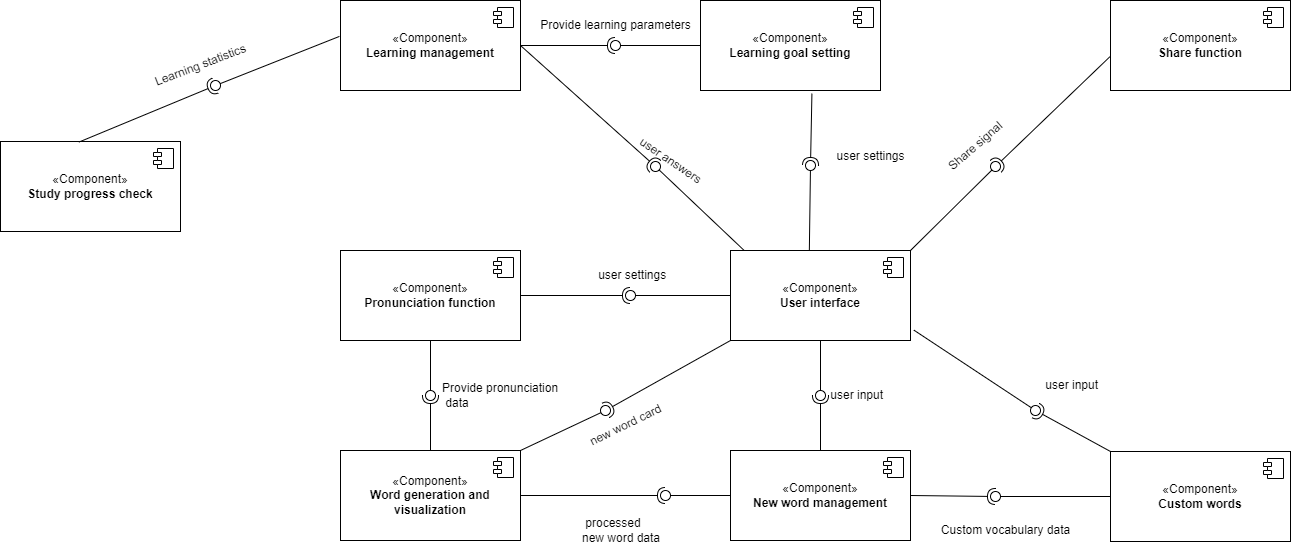
Above: component.drawio.png in xiangxiang3451/blog_pictures (draw.io), before the change. Source tidied: cells renumbered, new cells last; positions are measured from the earlier drawing's top-left corner, leaving out a move shared by most shapes.
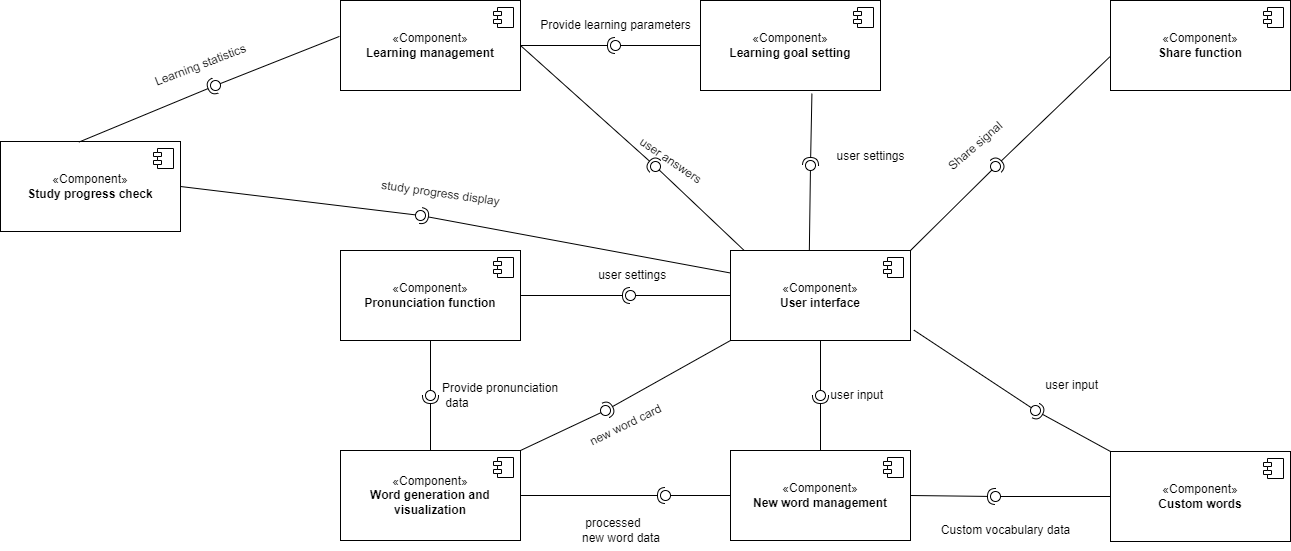
After the change.

The edit, as a diff of the source:
```diff
@@ -218,5 +218,17 @@
     <mxCell id="67" value="new word card" style="text;html=1;align=center;verticalAlign=middle;strokeColor=none;fillColor=none;rotation=334;" parent="1" vertex="1">
       <mxGeometry x="575" y="410" width="100" height="30" as="geometry" />
     </mxCell>
+    <mxCell id="68" style="rounded=0;jettySize=auto;html=1;endArrow=halfCircle;endFill=0;endSize=6;strokeWidth=1;sketch=0;exitX=0;exitY=0.25;exitDx=0;exitDy=0;" parent="1" edge="1" source="2" target="70">
+      <mxGeometry relative="1" as="geometry" />
+    </mxCell>
+    <mxCell id="69" style="rounded=0;jettySize=auto;html=1;endArrow=oval;endFill=0;sketch=0;sourcePerimeterSpacing=0;targetPerimeterSpacing=0;endSize=10;exitX=1;exitY=0.5;exitDx=0;exitDy=0;entryX=0.551;entryY=1.12;entryDx=0;entryDy=0;entryPerimeter=0;" parent="1" edge="1" source="52" target="70">
+      <mxGeometry relative="1" as="geometry" />
+    </mxCell>
+    <mxCell id="70" style="ellipse;whiteSpace=wrap;html=1;align=center;fillColor=none;strokeColor=none;perimeter=centerPerimeter;points=[];outlineConnect=1;" parent="1" vertex="1">
+      <mxGeometry x="415" y="210" width="10" height="10" as="geometry" />
+    </mxCell>
+    <mxCell id="71" value="study progress display" style="text;html=1;align=center;verticalAlign=middle;strokeColor=none;fillColor=none;rotation=8;" parent="1" vertex="1">
+      <mxGeometry x="370" y="178" width="140" height="30" as="geometry" />
+    </mxCell>
   </root>
 </mxGraphModel>
```
